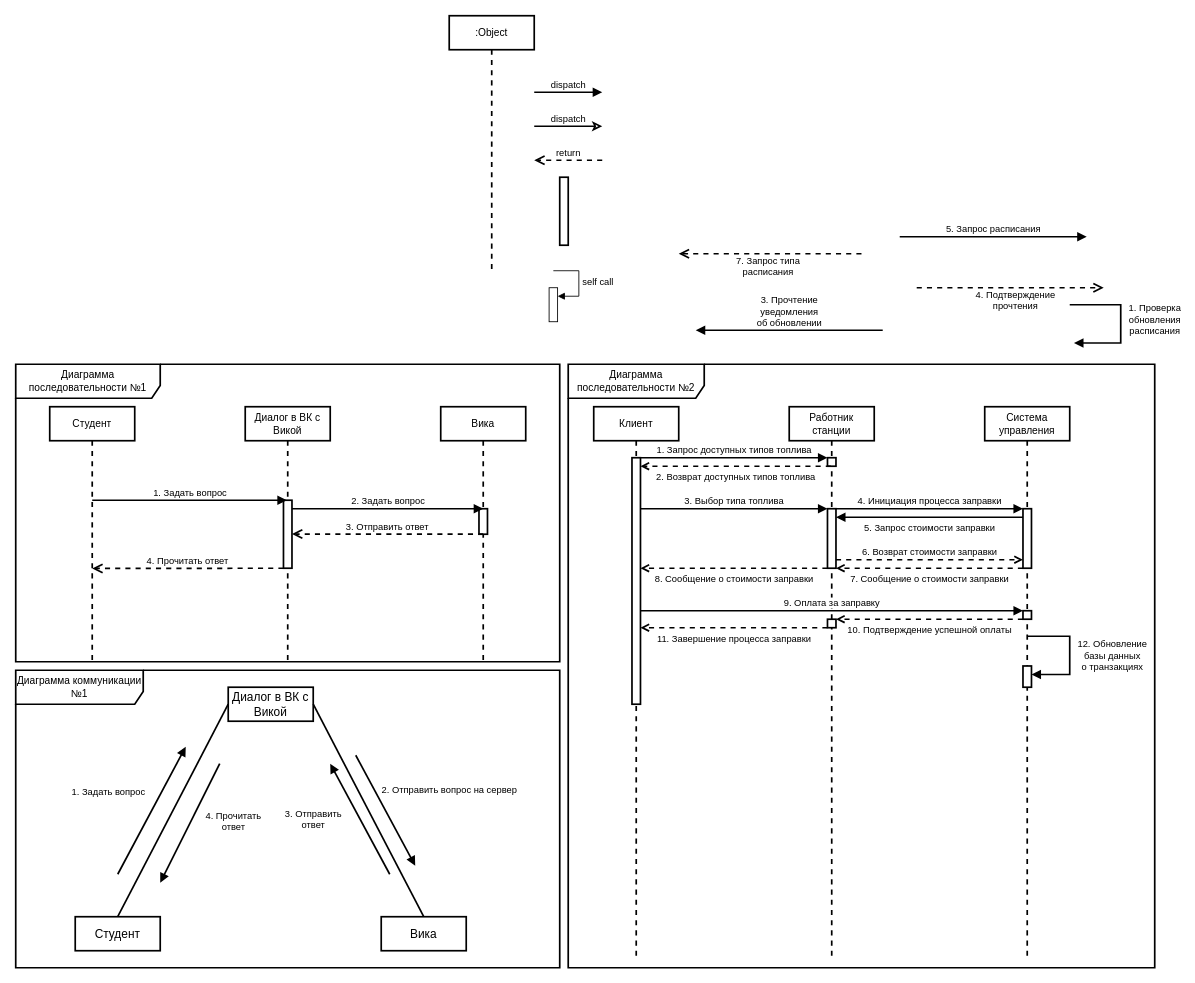
Helpmepleaseitishard/Aikms keeps this draw.io diagram as page "Page-1" (1 of 3) of 1.drawio. Above is the earlier version. Source tidied: cells renumbered, new cells numbered last; positions are measured from the earlier drawing's top-left corner, leaving out a move shared by most shapes. Both pictures are drawn from the tidied source at 85%, with x=0, y=0 at pixel (15, 15).
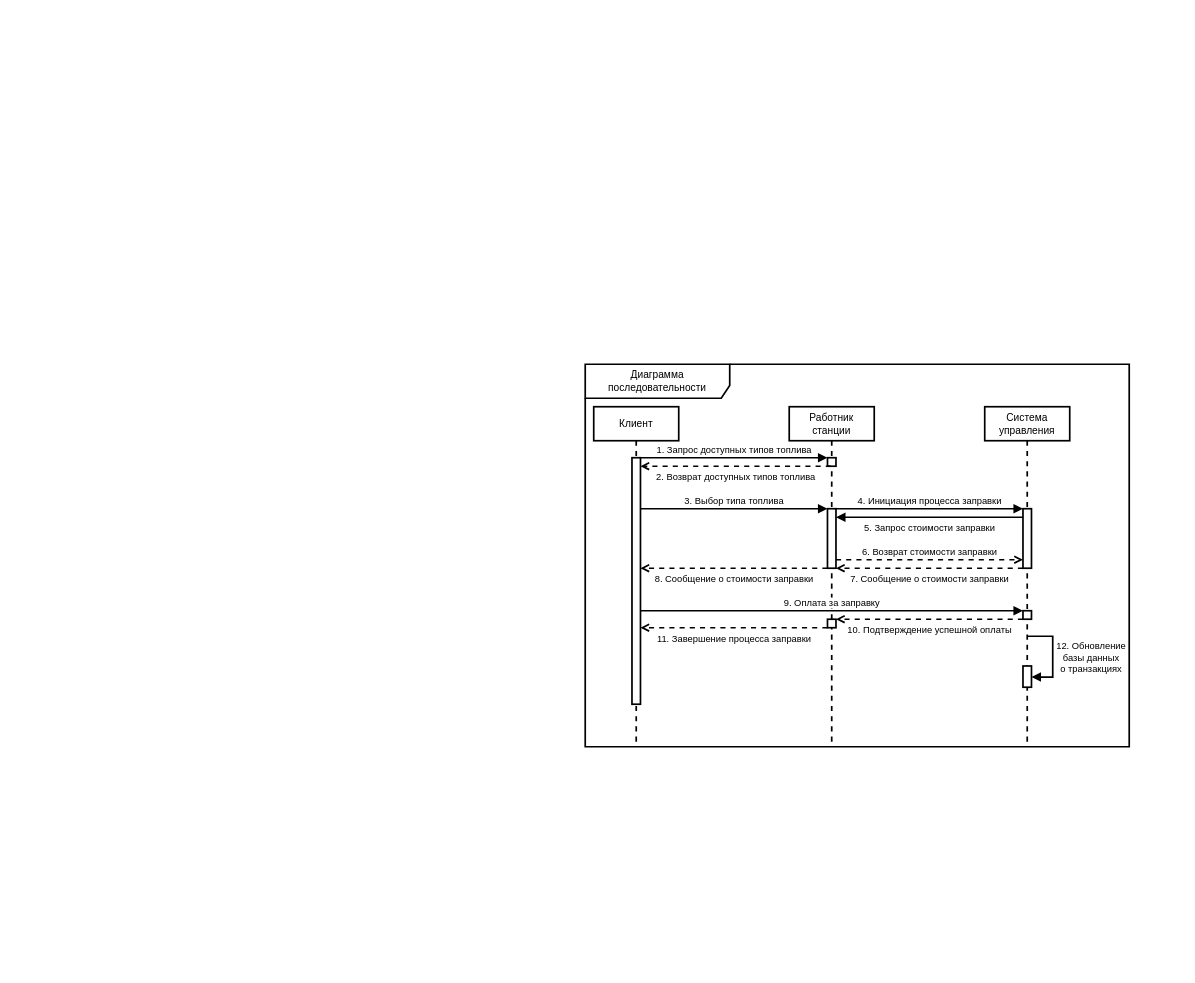
After the change.

The change refers to these unchanged cells:
```xml
<mxCell id="29" style="html=1;points=[[0,0,0,0,5],[0,1,0,0,-5],[1,0,0,0,5],[1,1,0,0,-5]];perimeter=orthogonalPerimeter;outlineConnect=0;targetShapes=umlLifeline;portConstraint=eastwest;newEdgeStyle={&quot;curved&quot;:0,&quot;rounded&quot;:0};strokeWidth=2;" parent="25" vertex="1">
  <mxGeometry x="45" y="305" width="10" height="25" as="geometry" />
</mxCell>
```

Diff of the diagram source:
```diff
@@
-    <mxCell id="2" value=":Object" style="shape=umlLifeline;perimeter=lifelinePerimeter;whiteSpace=wrap;html=1;newEdgeStyle={&quot;curved&quot;:0,&quot;rounded&quot;:0};strokeWidth=2;" parent="1" vertex="1">
-      <mxGeometry x="510" width="100" height="300" as="geometry" />
-    </mxCell>
-    <mxCell id="3" value="dispatch" style="html=1;verticalAlign=bottom;endArrow=block;curved=0;rounded=0;strokeWidth=2;" parent="1" edge="1">
-      <mxGeometry relative="1" as="geometry">
-        <mxPoint x="610" y="90" as="sourcePoint" />
-        <mxPoint x="690" y="90" as="targetPoint" />
-      </mxGeometry>
-    </mxCell>
-    <mxCell id="4" style="html=1;perimeter=orthogonalPerimeter;targetShapes=umlLifeline;newEdgeStyle={&quot;curved&quot;:0,&quot;rounded&quot;:0};strokeWidth=2;" parent="1" vertex="1">
-      <mxGeometry x="640" y="190" width="10" height="80" as="geometry" />
-    </mxCell>
-    <mxCell id="5" value="return" style="html=1;verticalAlign=bottom;endArrow=open;dashed=1;endSize=8;curved=0;rounded=0;strokeWidth=2;" parent="1" edge="1">
-      <mxGeometry relative="1" as="geometry">
-        <mxPoint x="690" y="170" as="sourcePoint" />
-        <mxPoint x="610" y="170" as="targetPoint" />
-      </mxGeometry>
-    </mxCell>
-    <mxCell id="6" value="dispatch" style="html=1;verticalAlign=bottom;endArrow=classic;curved=0;rounded=0;strokeWidth=2;endFill=0;" parent="1" edge="1">
-      <mxGeometry relative="1" as="geometry">
-        <mxPoint x="610" y="130" as="sourcePoint" />
-        <mxPoint x="690" y="130" as="targetPoint" />
-      </mxGeometry>
-    </mxCell>
-    <mxCell id="7" value="Студент" style="shape=umlLifeline;perimeter=lifelinePerimeter;whiteSpace=wrap;html=1;newEdgeStyle={&quot;curved&quot;:0,&quot;rounded&quot;:0};strokeWidth=2;" parent="1" vertex="1">
-      <mxGeometry x="40" y="460" width="100" height="300" as="geometry" />
-    </mxCell>
-    <mxCell id="8" value="Диалог в ВК с Викой" style="shape=umlLifeline;perimeter=lifelinePerimeter;whiteSpace=wrap;html=1;outlineConnect=0;portConstraint=eastwest;newEdgeStyle={&quot;curved&quot;:0,&quot;rounded&quot;:0};strokeWidth=2;" parent="1" vertex="1">
-      <mxGeometry x="270" y="460" width="100" height="300" as="geometry" />
-    </mxCell>
-    <mxCell id="9" style="html=1;points=[[0,0,0,0,5],[0,1,0,0,-5],[1,0,0,0,5],[1,1,0,0,-5]];perimeter=orthogonalPerimeter;outlineConnect=0;targetShapes=umlLifeline;portConstraint=eastwest;newEdgeStyle={&quot;curved&quot;:0,&quot;rounded&quot;:0};strokeWidth=2;" parent="8" vertex="1">
-      <mxGeometry x="45" y="110" width="10" height="80" as="geometry" />
-    </mxCell>
-    <mxCell id="10" value="Вика" style="shape=umlLifeline;perimeter=lifelinePerimeter;whiteSpace=wrap;html=1;newEdgeStyle={&quot;curved&quot;:0,&quot;rounded&quot;:0};strokeWidth=2;" parent="1" vertex="1">
-      <mxGeometry x="500" y="460" width="100" height="300" as="geometry" />
-    </mxCell>
-    <mxCell id="11" style="html=1;perimeter=orthogonalPerimeter;targetShapes=umlLifeline;newEdgeStyle={&quot;curved&quot;:0,&quot;rounded&quot;:0};strokeWidth=2;" parent="10" vertex="1">
-      <mxGeometry x="45" y="120" width="10" height="30" as="geometry" />
-    </mxCell>
-    <mxCell id="12" value="1. Задать вопрос" style="html=1;verticalAlign=bottom;endArrow=block;curved=0;rounded=0;strokeWidth=2;" parent="1" edge="1" target="8">
-      <mxGeometry relative="1" as="geometry">
-        <mxPoint x="90" y="570" as="sourcePoint" />
-      </mxGeometry>
-    </mxCell>
-    <mxCell id="13" value="2. Задать вопрос" style="html=1;verticalAlign=bottom;endArrow=block;curved=0;rounded=0;strokeWidth=2;" parent="1" edge="1" source="9">
-      <mxGeometry relative="1" as="geometry">
-        <mxPoint x="550" y="580" as="targetPoint" />
-      </mxGeometry>
-    </mxCell>
-    <mxCell id="14" value="3. Отправить ответ" style="html=1;verticalAlign=bottom;endArrow=open;dashed=1;endSize=8;curved=0;rounded=0;strokeWidth=2;" parent="1" edge="1" target="9">
-      <mxGeometry relative="1" as="geometry">
-        <mxPoint x="550" y="609.8" as="sourcePoint" />
-      </mxGeometry>
-    </mxCell>
-    <mxCell id="15" value="4. Прочитать ответ" style="html=1;verticalAlign=bottom;endArrow=open;dashed=1;endSize=8;curved=0;rounded=0;strokeWidth=2;" parent="1" edge="1">
-      <mxGeometry relative="1" as="geometry">
-        <mxPoint x="315" y="650" as="sourcePoint" />
-        <mxPoint x="90" y="650.2" as="targetPoint" />
-      </mxGeometry>
-    </mxCell>
-    <mxCell id="16" value="Диаграмма последовательности №1" style="shape=umlFrame;whiteSpace=wrap;html=1;width=170;height=40;strokeWidth=2;" parent="1" vertex="1">
-      <mxGeometry y="410" width="640" height="350" as="geometry" />
+    <mxCell id="16" value="Диаграмма последовательности" style="shape=umlFrame;whiteSpace=wrap;html=1;width=170;height=40;strokeWidth=2;" parent="1" vertex="1">
+      <mxGeometry x="670" y="410" width="640" height="450" as="geometry" />
     </mxCell>
-    <mxCell id="17" style="html=1;points=[[0,0,0,0,5],[0,1,0,0,-5],[1,0,0,0,5],[1,1,0,0,-5]];perimeter=orthogonalPerimeter;outlineConnect=0;targetShapes=umlLifeline;portConstraint=eastwest;newEdgeStyle={&quot;curved&quot;:0,&quot;rounded&quot;:0};" parent="1" vertex="1">
-      <mxGeometry x="627.5" y="320" width="10" height="40" as="geometry" />
-    </mxCell>
-    <mxCell id="18" value="self call" style="html=1;align=left;spacingLeft=2;endArrow=block;rounded=0;edgeStyle=orthogonalEdgeStyle;curved=0;rounded=0;" parent="1" edge="1" target="17">
-      <mxGeometry relative="1" as="geometry">
-        <mxPoint x="632.5" y="300" as="sourcePoint" />
-        <Array as="points">
-          <mxPoint x="662.5" y="330" />
-        </Array>
-      </mxGeometry>
-    </mxCell>
     <mxCell id="19" value="Клиент" style="shape=umlLifeline;perimeter=lifelinePerimeter;whiteSpace=wrap;html=1;newEdgeStyle={&quot;curved&quot;:0,&quot;rounded&quot;:0};strokeWidth=2;" parent="1" vertex="1">
-      <mxGeometry x="680" y="460" width="100" height="650" as="geometry" />
+      <mxGeometry x="680" y="460" width="100" height="400" as="geometry" />
     </mxCell>
@@
     <mxCell id="21" value="Работник станции" style="shape=umlLifeline;perimeter=lifelinePerimeter;whiteSpace=wrap;html=1;outlineConnect=0;portConstraint=eastwest;newEdgeStyle={&quot;curved&quot;:0,&quot;rounded&quot;:0};strokeWidth=2;" parent="1" vertex="1">
-      <mxGeometry x="910" y="460" width="100" height="650" as="geometry" />
+      <mxGeometry x="910" y="460" width="100" height="400" as="geometry" />
     </mxCell>
@@
     <mxCell id="25" value="Система управления" style="shape=umlLifeline;perimeter=lifelinePerimeter;whiteSpace=wrap;html=1;newEdgeStyle={&quot;curved&quot;:0,&quot;rounded&quot;:0};strokeWidth=2;" parent="1" vertex="1">
-      <mxGeometry x="1140" y="460" width="100" height="650" as="geometry" />
+      <mxGeometry x="1140" y="460" width="100" height="400" as="geometry" />
     </mxCell>
@@
     <mxCell id="28" value="12. Обновление &lt;br&gt;базы данных &lt;br&gt;о транзакциях" style="html=1;verticalAlign=bottom;endArrow=block;curved=0;rounded=0;strokeWidth=2;" parent="25" edge="1" target="29">
-      <mxGeometry x="0.36" y="-50" relative="1" as="geometry">
+      <mxGeometry x="0.62" y="-50" relative="1" as="geometry">
         <mxPoint x="50" y="270" as="sourcePoint" />
         <Array as="points">
           <mxPoint x="50" y="270" />
-          <mxPoint x="100" y="270" />
-          <mxPoint x="100" y="315" />
+          <mxPoint x="80" y="270" />
+          <mxPoint x="80" y="318" />
         </Array>
         <mxPoint x="50" y="50" as="offset" />
       </mxGeometry>
     </mxCell>
@@
-    <mxCell id="30" value="&lt;div&gt;1. Проверка&lt;/div&gt;&lt;div&gt;обновления&lt;/div&gt;&lt;div&gt;расписания&lt;br&gt;&lt;/div&gt;" style="html=1;verticalAlign=bottom;endArrow=block;curved=0;rounded=0;strokeWidth=2;entryX=1;entryY=0;entryDx=0;entryDy=5;entryPerimeter=0;" parent="1" edge="1">
-      <mxGeometry x="0.25" y="40" relative="1" as="geometry">
-        <mxPoint x="1240" y="340" as="sourcePoint" />
-        <mxPoint x="1245" y="385" as="targetPoint" />
-        <Array as="points">
-          <mxPoint x="1300" y="340" />
-          <mxPoint x="1300" y="385" />
-        </Array>
-      </mxGeometry>
-    </mxCell>
-    <mxCell id="31" value="&lt;div&gt;3. Прочтение&lt;/div&gt;&lt;div&gt;уведомления&lt;/div&gt;&lt;div&gt;об обновлении&lt;br&gt;&lt;/div&gt;" style="html=1;verticalAlign=bottom;endArrow=block;curved=0;rounded=0;strokeWidth=2;" parent="1" edge="1">
-      <mxGeometry relative="1" as="geometry">
-        <mxPoint x="1020" y="370" as="sourcePoint" />
-        <mxPoint x="800" y="370" as="targetPoint" />
-        <Array as="points">
-          <mxPoint x="975" y="370" />
-        </Array>
-      </mxGeometry>
-    </mxCell>
-    <mxCell id="32" value="&lt;div&gt;4. Подтверждение&lt;/div&gt;&lt;div&gt;прочтения&lt;br&gt;&lt;/div&gt;" style="html=1;verticalAlign=bottom;endArrow=open;dashed=1;endSize=8;curved=0;rounded=0;strokeWidth=2;" parent="1" edge="1">
-      <mxGeometry x="0.05" y="-30" relative="1" as="geometry">
-        <mxPoint x="1060" y="320" as="sourcePoint" />
-        <mxPoint x="1280" y="320" as="targetPoint" />
-      </mxGeometry>
-    </mxCell>
-    <mxCell id="33" value="5. Запрос расписания" style="html=1;verticalAlign=bottom;endArrow=block;curved=0;rounded=0;strokeWidth=2;" parent="1" edge="1">
-      <mxGeometry relative="1" as="geometry">
-        <mxPoint x="1040" y="260" as="sourcePoint" />
-        <mxPoint x="1260" y="260" as="targetPoint" />
-        <Array as="points">
-          <mxPoint x="1150" y="260" />
-        </Array>
-      </mxGeometry>
-    </mxCell>
-    <mxCell id="34" value="&lt;div&gt;7. Запрос типа&lt;/div&gt;&lt;div&gt;расписания&lt;/div&gt;" style="html=1;verticalAlign=bottom;endArrow=open;dashed=1;endSize=8;curved=0;rounded=0;strokeWidth=2;" parent="1" edge="1">
-      <mxGeometry x="0.02" y="30" relative="1" as="geometry">
-        <mxPoint x="995" y="280" as="sourcePoint" />
-        <mxPoint x="780" y="280" as="targetPoint" />
-      </mxGeometry>
-    </mxCell>
-    <mxCell id="35" value="Диаграмма последовательности №2" style="shape=umlFrame;whiteSpace=wrap;html=1;strokeWidth=2;width=160;height=40;" parent="1" vertex="1">
-      <mxGeometry x="650" y="410" width="690" height="710" as="geometry" />
-    </mxCell>
-    <mxCell id="36" value="Студент" style="html=1;whiteSpace=wrap;strokeWidth=2;fontSize=14;" parent="1" vertex="1">
-      <mxGeometry x="70" y="1060" width="100" height="40" as="geometry" />
-    </mxCell>
-    <mxCell id="37" value="Диалог в ВК с Викой" style="html=1;whiteSpace=wrap;strokeWidth=2;fontSize=14;" parent="1" vertex="1">
-      <mxGeometry x="250" y="790" width="100" height="40" as="geometry" />
-    </mxCell>
-    <mxCell id="38" value="Вика" style="html=1;whiteSpace=wrap;strokeWidth=2;fontSize=14;" parent="1" vertex="1">
-      <mxGeometry x="430" y="1060" width="100" height="40" as="geometry" />
-    </mxCell>
-    <mxCell id="39" style="html=1;verticalAlign=bottom;endArrow=none;curved=0;rounded=0;strokeWidth=2;startFill=0;entryX=0;entryY=0.5;entryDx=0;entryDy=0;exitX=0.5;exitY=0;exitDx=0;exitDy=0;" parent="1" edge="1" source="36" target="37">
-      <mxGeometry relative="1" as="geometry" />
-    </mxCell>
-    <mxCell id="40" style="html=1;verticalAlign=bottom;endArrow=none;curved=0;rounded=0;strokeWidth=2;startFill=0;entryX=1;entryY=0.5;entryDx=0;entryDy=0;exitX=0.5;exitY=0;exitDx=0;exitDy=0;" parent="1" edge="1" source="38" target="37">
-      <mxGeometry relative="1" as="geometry" />
-    </mxCell>
-    <mxCell id="41" value="1. Задать вопрос" style="html=1;verticalAlign=bottom;endArrow=block;curved=0;rounded=0;strokeWidth=2;startFill=0;exitX=0.5;exitY=0;exitDx=0;exitDy=0;endFill=1;" parent="1" edge="1">
-      <mxGeometry x="-0.15" y="51" relative="1" as="geometry">
-        <mxPoint x="120" y="1010" as="sourcePoint" />
-        <mxPoint x="200" y="860" as="targetPoint" />
-      </mxGeometry>
-    </mxCell>
-    <mxCell id="42" value="2. Отправить вопрос на сервер" style="html=1;verticalAlign=bottom;endArrow=block;curved=0;rounded=0;strokeWidth=2;startFill=0;exitX=0.5;exitY=0;exitDx=0;exitDy=0;endFill=1;" parent="1" edge="1">
-      <mxGeometry x="0.3" y="73" relative="1" as="geometry">
-        <mxPoint x="400" y="870" as="sourcePoint" />
-        <mxPoint x="470" y="1000" as="targetPoint" />
-      </mxGeometry>
-    </mxCell>
-    <mxCell id="43" value="&lt;div&gt;3. Отправить&lt;/div&gt;&lt;div&gt;ответ&lt;/div&gt;" style="html=1;verticalAlign=bottom;endArrow=block;curved=0;rounded=0;strokeWidth=2;startFill=0;endFill=1;" parent="1" edge="1">
-      <mxGeometry x="0.17" y="56" relative="1" as="geometry">
-        <mxPoint x="440" y="1010" as="sourcePoint" />
-        <mxPoint x="370" y="880" as="targetPoint" />
-      </mxGeometry>
-    </mxCell>
-    <mxCell id="44" value="&lt;div&gt;4. Прочитать&lt;/div&gt;&lt;div&gt;ответ&lt;br&gt;&lt;/div&gt;" style="html=1;verticalAlign=bottom;endArrow=block;curved=0;rounded=0;strokeWidth=2;startFill=0;endFill=1;" parent="1" edge="1">
-      <mxGeometry x="-0.15" y="51" relative="1" as="geometry">
-        <mxPoint x="240" y="880" as="sourcePoint" />
-        <mxPoint x="170" y="1020" as="targetPoint" />
-      </mxGeometry>
-    </mxCell>
-    <mxCell id="45" value="Диаграмма коммуникации №1" style="shape=umlFrame;whiteSpace=wrap;html=1;width=150;height=40;strokeWidth=2;" parent="1" vertex="1">
-      <mxGeometry y="770" width="640" height="350" as="geometry" />
-    </mxCell>
```
